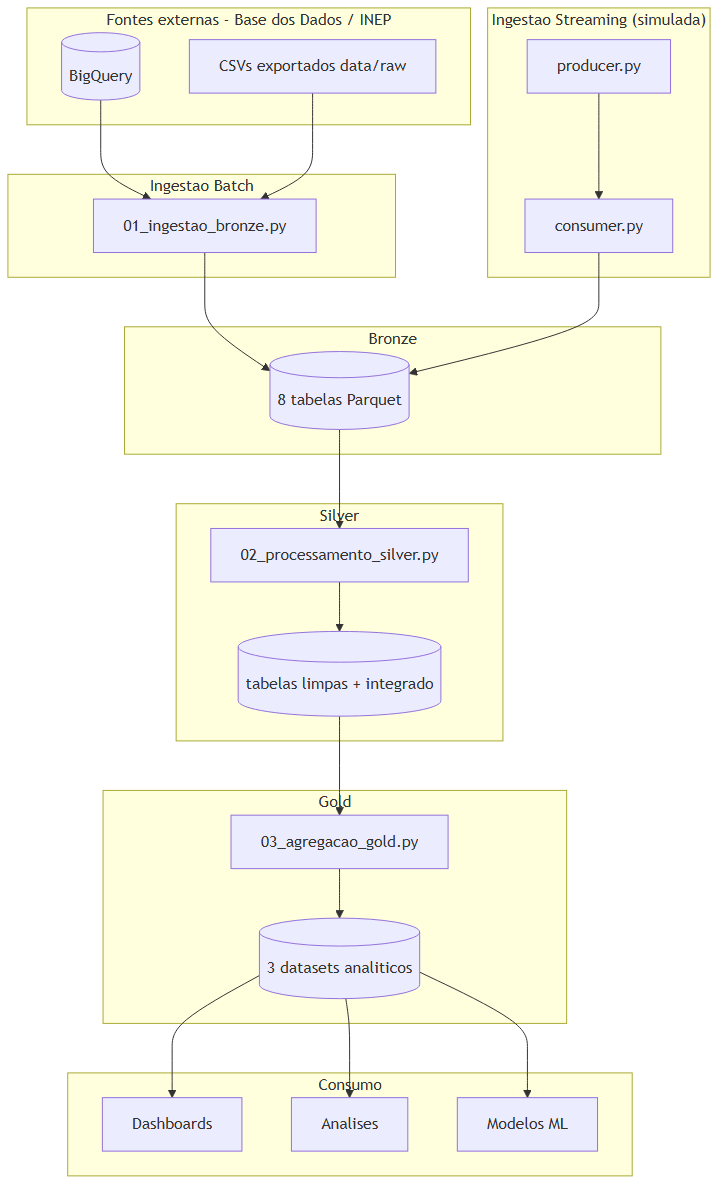
Before: docs/arquitetura/pipeline.png, a diagram exported from Mermaid (Fe-Biaggio/TechChallenge_2). Its source is kept beside it as docs/arquitetura/pipeline.mmd.
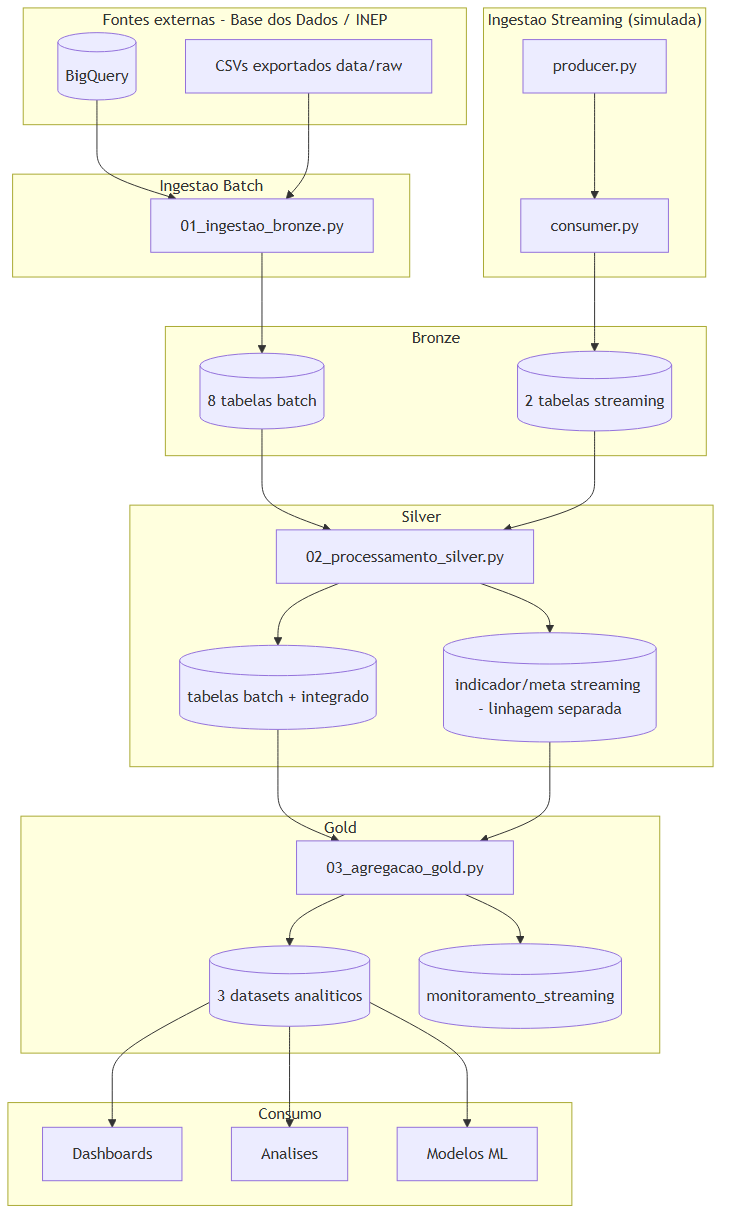
Later version of the same file.

Commit message:
Documenta a linhagem de streaming separada e corrige o modelo Batch/Streaming

Change to the diagram source:
```diff
@@ -10,13 +10,16 @@
         PROD["producer.py"] --> CONS["consumer.py"]
     end
     subgraph BronzeL["Bronze"]
-        BZ[("8 tabelas Parquet")]
+        BZ[("8 tabelas batch")]
+        BZS[("2 tabelas streaming")]
     end
     subgraph SilverL["Silver"]
-        SV["02_processamento_silver.py"] --> SVT[("tabelas limpas + integrado")]
+        SV["02_processamento_silver.py"] --> SVT[("tabelas batch + integrado")]
+        SV --> SVS[("indicador/meta streaming - linhagem separada")]
     end
     subgraph GoldL["Gold"]
         GD["03_agregacao_gold.py"] --> GDT[("3 datasets analiticos")]
+        GD --> GDS[("monitoramento_streaming")]
     end
     subgraph Consumo["Consumo"]
         DASH["Dashboards"]
@@ -26,9 +29,11 @@
     BQ --> ING
     RAW --> ING
     ING --> BZ
-    CONS --> BZ
+    CONS --> BZS
     BZ --> SV
+    BZS --> SV
     SVT --> GD
+    SVS --> GD
     GDT --> DASH
     GDT --> STAT
     GDT --> ML
```
